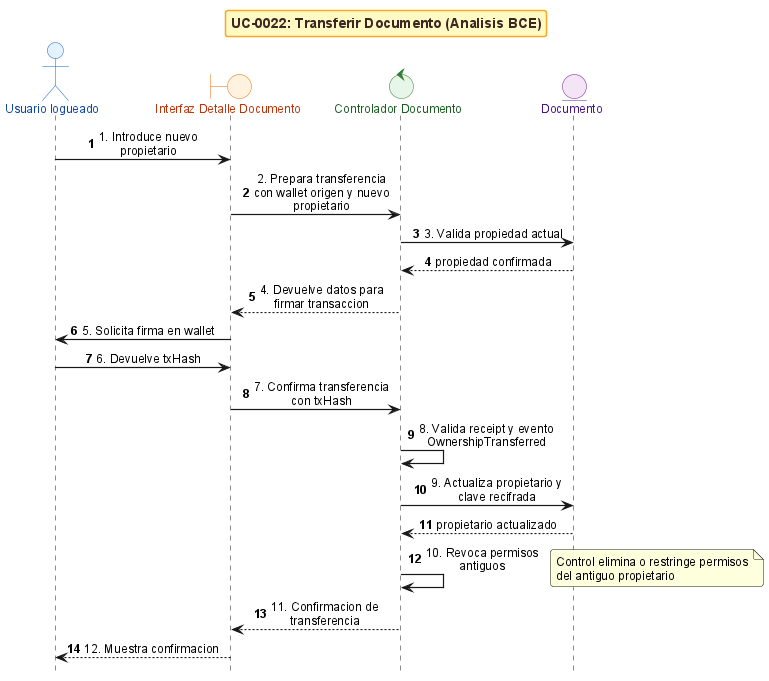
The PlantUML diagram anexos/diagramas/seq-bce-uc0022-transfer.png in ErDeivih/DocumentChain, before a commit.
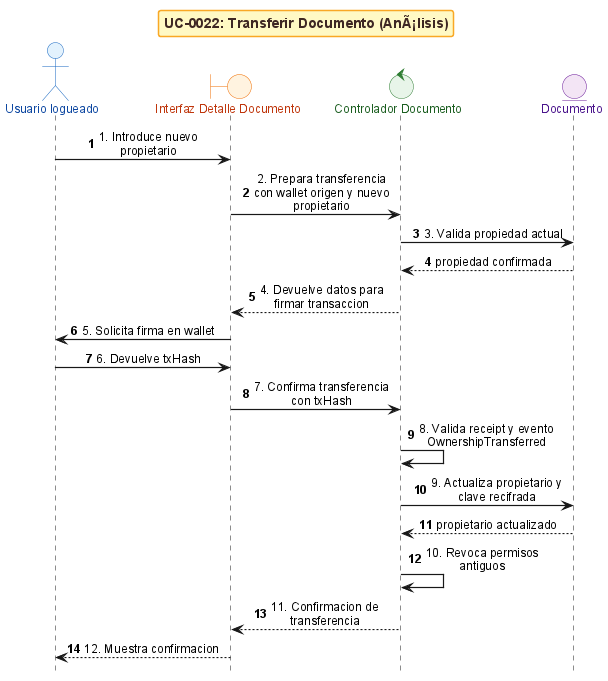
Later version of the same file.

Diff of the diagram source:
```diff
@@ -1,7 +1,7 @@
 @startuml
 !include _sequence-bce-style.puml
 
-title UC-0022: Transferir Documento (Analisis BCE)
+title UC-0022: Transferir Documento (AnÃ¡lisis)
 
 actor "Usuario logueado" as Actor
 boundary "Interfaz Detalle Documento" as BT
@@ -24,7 +24,6 @@
 ED --> CT : propietario actualizado
 
 CT -> CT : 10. Revoca permisos antiguos
-note right : Control elimina o restringe permisos del antiguo propietario
 
 CT --> BT : 11. Confirmacion de transferencia
 BT --> Actor : 12. Muestra confirmacion
```
